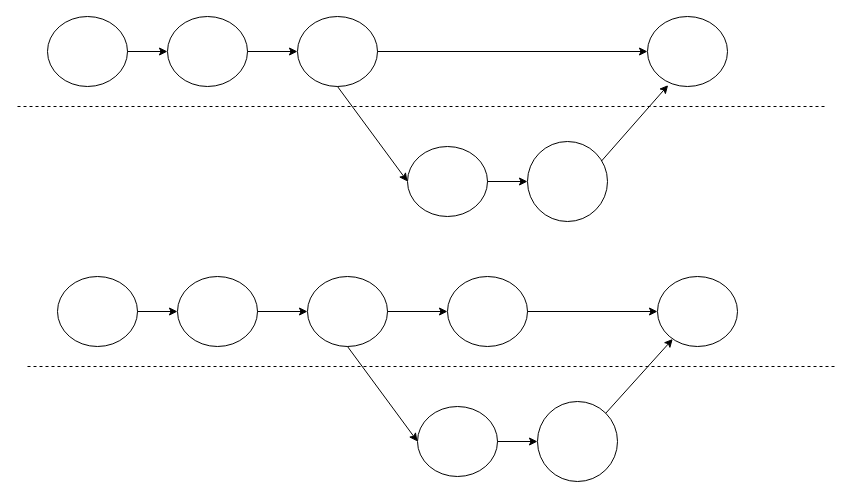
jrfcursgit/GIT-Avanzado-AF-75916-GR-77485 keeps this draw.io diagram as pizarra.drawio. Above is the earlier version. Source tidied: cells renumbered, new cells numbered last; positions are measured from the earlier drawing's top-left corner, leaving out a move shared by most shapes. Both pictures are drawn from the tidied source at 100%, with x=0, y=0 at pixel (17, 16).
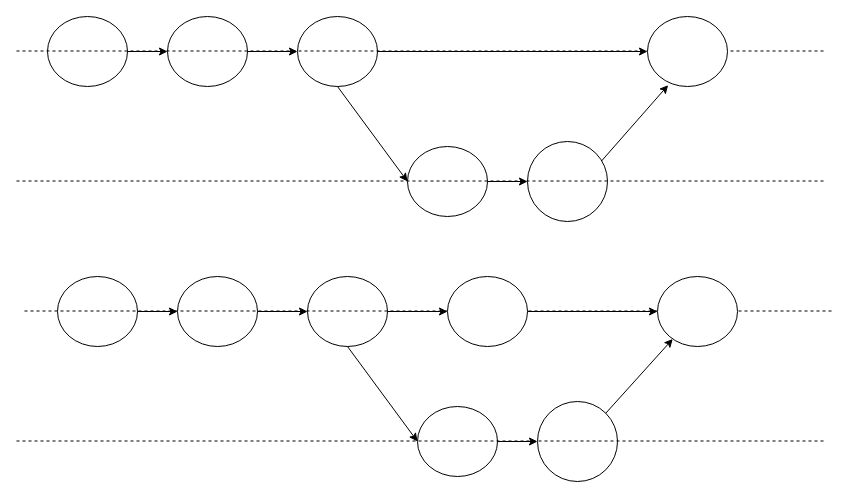
After the change.

The edit, as a diff of the source:
```diff
@@
     <mxCell id="7" style="endArrow=none;dashed=1;html=1;" parent="1" edge="1">
       <mxGeometry relative="1" as="geometry">
-        <mxPoint y="90" as="sourcePoint" />
-        <mxPoint x="810" y="90" as="targetPoint" />
+        <mxPoint x="-1" y="34.5" as="sourcePoint" />
+        <mxPoint x="809" y="34.5" as="targetPoint" />
       </mxGeometry>
     </mxCell>
@@
     <mxCell id="20" style="endArrow=none;dashed=1;html=1;" parent="1" edge="1">
       <mxGeometry relative="1" as="geometry">
-        <mxPoint x="10" y="350" as="sourcePoint" />
-        <mxPoint x="820" y="350" as="targetPoint" />
+        <mxPoint x="7" y="294.5" as="sourcePoint" />
+        <mxPoint x="817" y="294.5" as="targetPoint" />
       </mxGeometry>
     </mxCell>
@@
+    <mxCell id="30" style="endArrow=none;dashed=1;html=1;" parent="1" edge="1">
+      <mxGeometry relative="1" as="geometry">
+        <mxPoint x="-1" y="164.5" as="sourcePoint" />
+        <mxPoint x="809" y="164.5" as="targetPoint" />
+      </mxGeometry>
+    </mxCell>
+    <mxCell id="31" style="endArrow=none;dashed=1;html=1;" parent="1" edge="1">
+      <mxGeometry relative="1" as="geometry">
+        <mxPoint x="-1" y="424.5" as="sourcePoint" />
+        <mxPoint x="809" y="424.5" as="targetPoint" />
+      </mxGeometry>
+    </mxCell>
```
